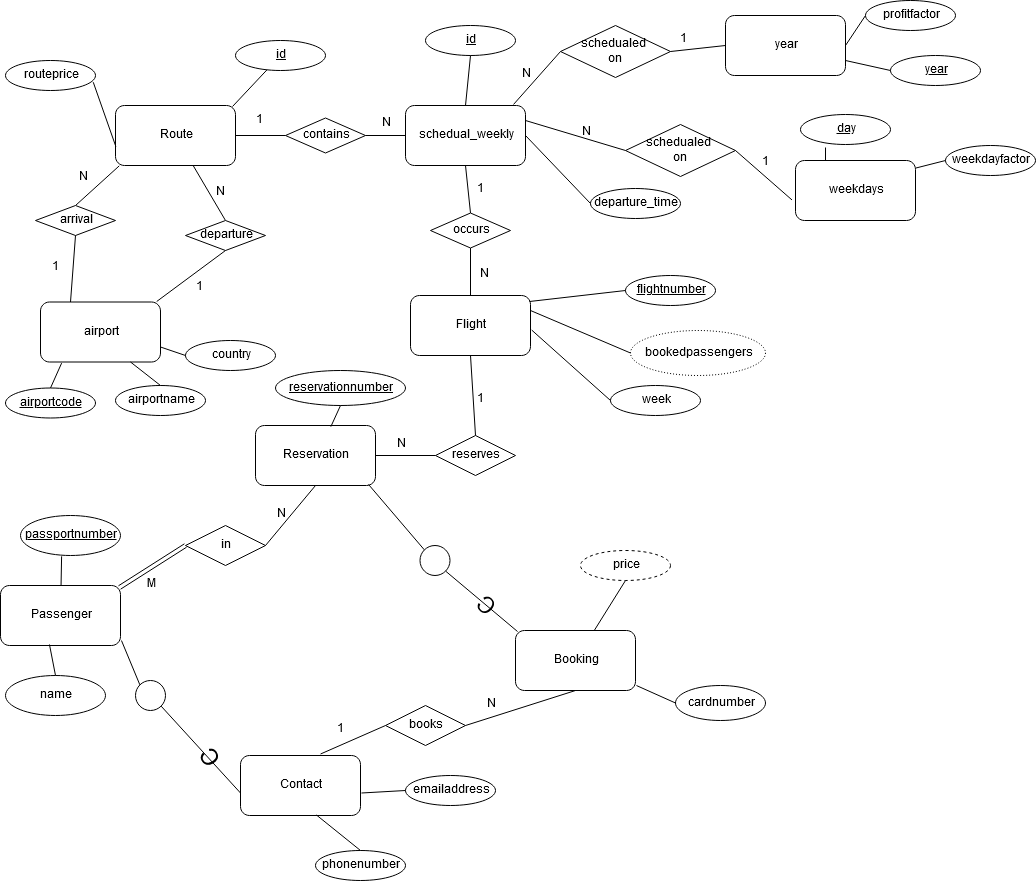
Above: lab4/4a_eer.png in chrha/tddd37 (draw.io), before the change. Source tidied: cells renumbered, new cells last; positions are measured from the earlier drawing's top-left corner, leaving out a move shared by most shapes.
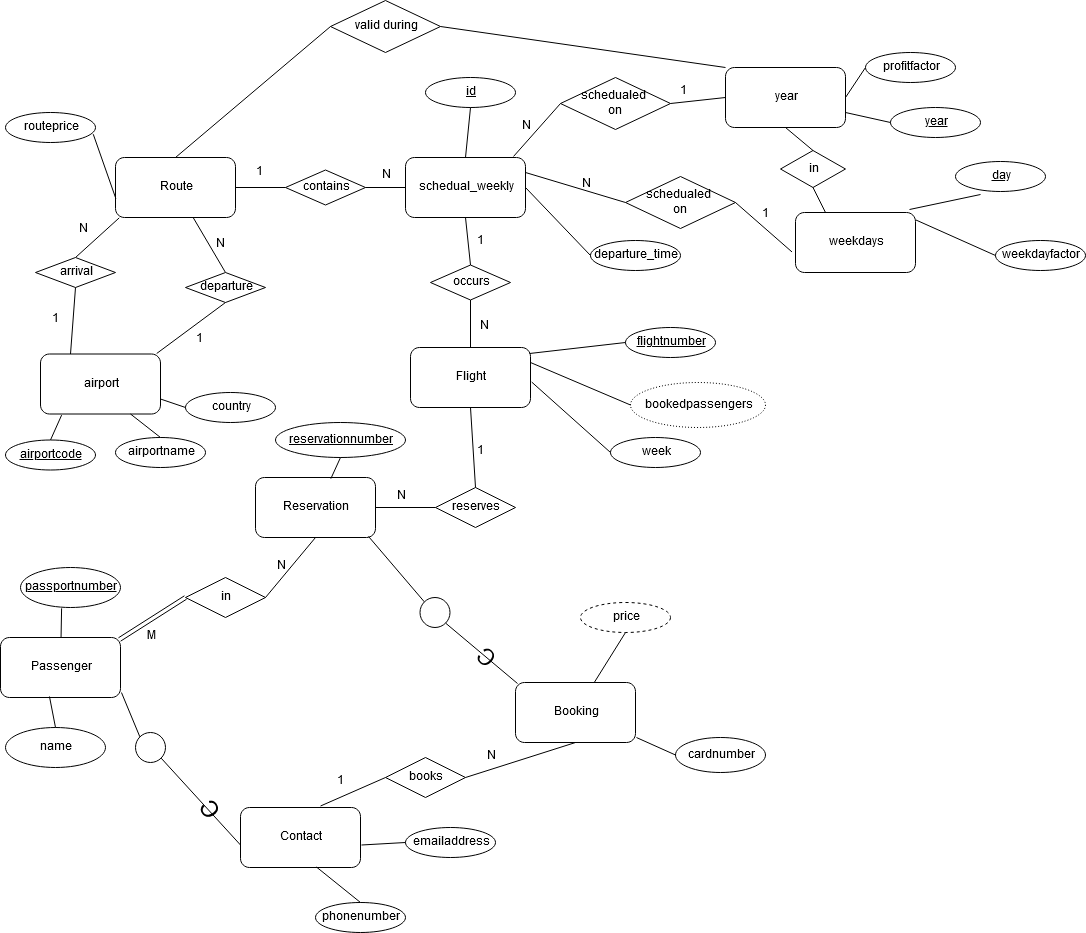
The same diagram one commit later.

The edit, as a diff of the source:
```diff
@@ -20,11 +20,8 @@
     <mxCell id="7" value="&lt;u&gt;id&lt;/u&gt;" style="ellipse;whiteSpace=wrap;html=1;" parent="1" vertex="1">
       <mxGeometry x="425" y="25" width="90" height="30" as="geometry" />
     </mxCell>
-    <mxCell id="8" value="&lt;u&gt;id&lt;/u&gt;" style="ellipse;whiteSpace=wrap;html=1;" parent="1" vertex="1">
-      <mxGeometry x="235" y="40" width="90" height="30" as="geometry" />
-    </mxCell>
     <mxCell id="9" value="&lt;u&gt;day&lt;/u&gt;" style="ellipse;whiteSpace=wrap;html=1;" parent="1" vertex="1">
-      <mxGeometry x="800" y="114" width="90" height="30" as="geometry" />
+      <mxGeometry x="955" y="109" width="90" height="30" as="geometry" />
     </mxCell>
     <mxCell id="10" value="departure_time" style="ellipse;whiteSpace=wrap;html=1;" parent="1" vertex="1">
       <mxGeometry x="590" y="188" width="90" height="30" as="geometry" />
@@ -125,7 +122,7 @@
     <mxCell id="42" style="endArrow=none;html=1;entryX=1;entryY=0.5;entryDx=0;entryDy=0;exitX=0;exitY=0.5;exitDx=0;exitDy=0;" parent="1" edge="1" source="10" target="3">
       <mxGeometry relative="1" as="geometry" />
     </mxCell>
-    <mxCell id="43" style="endArrow=none;html=1;entryX=0.25;entryY=0;entryDx=0;entryDy=0;exitX=0.278;exitY=1.1;exitDx=0;exitDy=0;exitPerimeter=0;" parent="1" edge="1" source="9" target="89">
+    <mxCell id="43" style="endArrow=none;html=1;entryX=0.95;entryY=-0.05;entryDx=0;entryDy=0;exitX=0.278;exitY=1.1;exitDx=0;exitDy=0;exitPerimeter=0;entryPerimeter=0;" parent="1" edge="1" source="9" target="89">
       <mxGeometry relative="1" as="geometry" />
     </mxCell>
     <mxCell id="44" style="endArrow=none;html=1;entryX=0.9;entryY=-0.017;entryDx=0;entryDy=0;exitX=0;exitY=0.5;exitDx=0;exitDy=0;entryPerimeter=0;" parent="1" edge="1" source="99" target="3">
@@ -140,9 +137,6 @@
     <mxCell id="47" style="endArrow=none;html=1;entryX=1;entryY=0.5;entryDx=0;entryDy=0;exitX=0;exitY=0.5;exitDx=0;exitDy=0;" parent="1" edge="1" source="11" target="2">
       <mxGeometry relative="1" as="geometry" />
     </mxCell>
-    <mxCell id="48" style="endArrow=none;html=1;entryX=0.975;entryY=0.017;entryDx=0;entryDy=0;entryPerimeter=0;" parent="1" edge="1" source="8" target="2">
-      <mxGeometry relative="1" as="geometry" />
-    </mxCell>
     <mxCell id="49" style="endArrow=none;html=1;entryX=0.5;entryY=0;entryDx=0;entryDy=0;" parent="1" edge="1" source="2" target="58">
       <mxGeometry relative="1" as="geometry" />
     </mxCell>
@@ -153,7 +147,7 @@
       <mxGeometry x="5" y="60" width="90" height="30" as="geometry" />
     </mxCell>
     <mxCell id="52" value="weekdayfactor" style="ellipse;whiteSpace=wrap;html=1;" parent="1" vertex="1">
-      <mxGeometry x="945" y="145" width="90" height="30" as="geometry" />
+      <mxGeometry x="995" y="188" width="90" height="30" as="geometry" />
     </mxCell>
     <mxCell id="53" value="&lt;div&gt;bookedpassengers&lt;/div&gt;" style="ellipse;whiteSpace=wrap;html=1;dashed=1;dashPattern=1 2;" parent="1" vertex="1">
       <mxGeometry x="630" y="330" width="135" height="45" as="geometry" />
@@ -319,5 +313,23 @@
     <mxCell id="106" value="1" style="text;html=1;align=left;verticalAlign=top;spacingTop=-4;" parent="1" vertex="1">
       <mxGeometry x="677.5" y="30" width="20" height="20" as="geometry" />
     </mxCell>
+    <mxCell id="107" value="in" style="rhombus;whiteSpace=wrap;html=1;" parent="1" vertex="1">
+      <mxGeometry x="780" y="98" width="65" height="37" as="geometry" />
+    </mxCell>
+    <mxCell id="108" style="endArrow=none;html=1;entryX=0.25;entryY=0;entryDx=0;entryDy=0;exitX=0.5;exitY=1;exitDx=0;exitDy=0;" parent="1" edge="1" source="107" target="89">
+      <mxGeometry relative="1" as="geometry" />
+    </mxCell>
+    <mxCell id="109" style="endArrow=none;html=1;entryX=0.5;entryY=0;entryDx=0;entryDy=0;exitX=0.5;exitY=1;exitDx=0;exitDy=0;" parent="1" edge="1" source="98" target="107">
+      <mxGeometry relative="1" as="geometry" />
+    </mxCell>
+    <mxCell id="110" value="valid during" style="rhombus;whiteSpace=wrap;html=1;" parent="1" vertex="1">
+      <mxGeometry x="330" y="-52" width="110" height="52" as="geometry" />
+    </mxCell>
+    <mxCell id="111" style="endArrow=none;html=1;entryX=0.5;entryY=0;entryDx=0;entryDy=0;exitX=0;exitY=0.5;exitDx=0;exitDy=0;" parent="1" edge="1" source="110" target="2">
+      <mxGeometry relative="1" as="geometry" />
+    </mxCell>
+    <mxCell id="112" style="endArrow=none;html=1;exitX=1;exitY=0.5;exitDx=0;exitDy=0;entryX=0;entryY=0;entryDx=0;entryDy=0;entryPerimeter=0;" parent="1" edge="1" source="110" target="98">
+      <mxGeometry relative="1" as="geometry" />
+    </mxCell>
   </root>
 </mxGraphModel>
```
